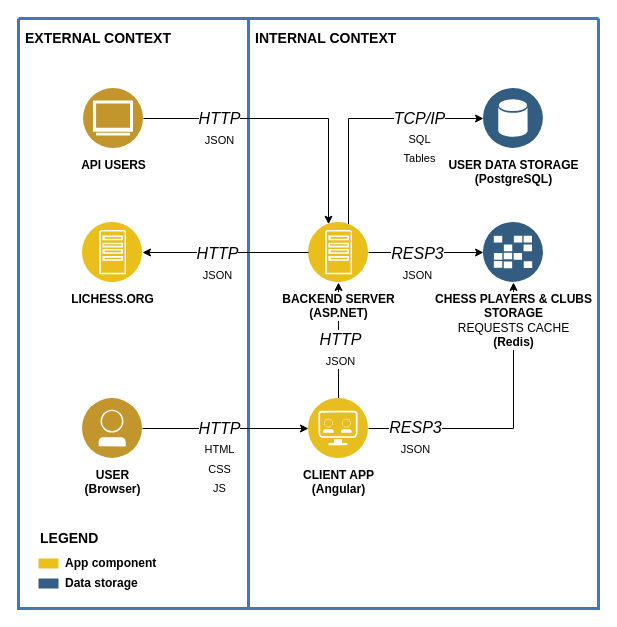
Earlier version of the draw.io diagram page "EngVer" (2 of 3) of docs/arch.drawio (AleksanderNekr/LichessAnalyzer). Source tidied: cells renumbered, new cells numbered last; positions are measured from the earlier drawing's top-left corner, leaving out a move shared by most shapes. Both pictures are drawn from the tidied source at 100%, with x=0, y=0 at pixel (18, 18).
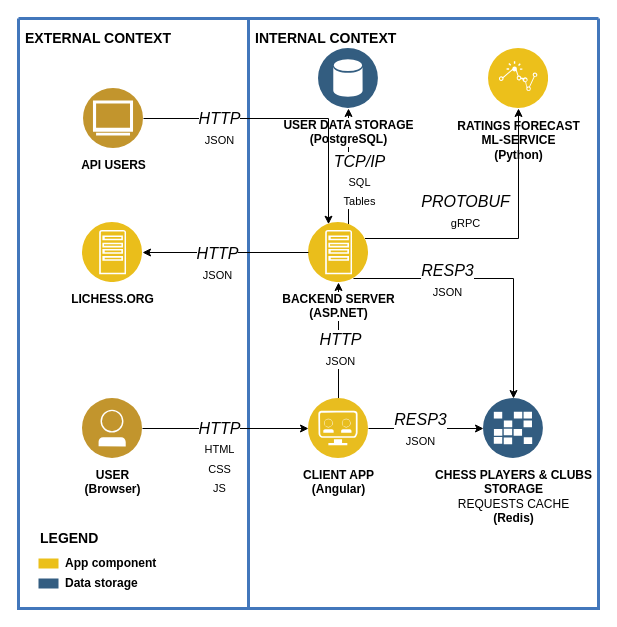
Above is the later version.

The change refers to these unchanged cells:
```xml
<mxCell id="2" style="swimlane;shadow=0;strokeColor=#4277BB;fillColor=#ffffff;fontColor=default;align=right;startSize=0;strokeWidth=3;fontStyle=1;" parent="1" vertex="1">
  <mxGeometry width="580" height="590" as="geometry" />
</mxCell>
<mxCell id="15" style="edgeStyle=orthogonalEdgeStyle;rounded=0;jettySize=auto;html=1;fontColor=default;fontStyle=1;" parent="2" edge="1" target="25">
  <mxGeometry relative="1" as="geometry">
    <mxPoint x="320" y="207" as="sourcePoint" />
    <Array as="points">
      <mxPoint x="330" y="207" />
      <mxPoint x="330" y="100" />
    </Array>
  </mxGeometry>
</mxCell>
<mxCell id="17" value="BACKEND SERVER&lt;br&gt;(ASP.NET)" style="image;perimeter=ellipsePerimeter;html=1;align=center;shadow=0;dashed=0;fontColor=default;labelBackgroundColor=default;fontSize=12;spacingTop=3;image=img/lib/ibm/applications/app_server.svg;fontStyle=1;" parent="2" vertex="1">
  <mxGeometry x="290" y="204" width="60" height="60" as="geometry" />
</mxCell>
<mxCell id="18" style="edgeStyle=orthogonalEdgeStyle;rounded=0;jettySize=auto;html=1;fontColor=default;fontStyle=1;" parent="2" edge="1" source="20" target="23">
  <mxGeometry relative="1" as="geometry" />
</mxCell>
```

The edit, as a diff of the source:
```diff
@@
     <mxCell id="16" value="TCP/IP&lt;br&gt;&lt;span style=&quot;font-style: normal;&quot;&gt;&lt;font style=&quot;font-size: 11px;&quot;&gt;SQL&lt;br&gt;Tables&lt;br&gt;&lt;/font&gt;&lt;/span&gt;" style="edgeLabel;html=1;align=center;verticalAlign=middle;fontSize=16;fontStyle=2;labelBackgroundColor=default;" parent="15" vertex="1">
       <mxGeometry x="0.33" y="-3" relative="1" as="geometry">
-        <mxPoint x="19" y="15" as="offset" />
+        <mxPoint x="7" y="28" as="offset" />
       </mxGeometry>
     </mxCell>
@@
     <mxCell id="19" value="RESP3&lt;br&gt;&lt;span style=&quot;font-style: normal;&quot;&gt;&lt;font style=&quot;font-size: 11px;&quot;&gt;JSON&lt;/font&gt;&lt;/span&gt;" style="edgeLabel;html=1;align=center;verticalAlign=middle;fontSize=16;fontStyle=2;" parent="18" vertex="1">
       <mxGeometry x="0.16" y="1" relative="1" as="geometry">
-        <mxPoint x="-98" y="32" as="offset" />
+        <mxPoint x="-16" y="1" as="offset" />
       </mxGeometry>
     </mxCell>
@@
     <mxCell id="23" value="CHESS PLAYERS &amp;amp; CLUBS&lt;br&gt;STORAGE&lt;br&gt;&lt;span style=&quot;font-weight: normal;&quot;&gt;REQUESTS CACHE&lt;/span&gt;&lt;br&gt;(Redis)" style="image;perimeter=ellipsePerimeter;html=1;align=center;shadow=0;dashed=0;fontColor=default;labelBackgroundColor=default;fontSize=12;spacingTop=3;image=img/lib/ibm/data/caches.svg;fontStyle=1;" parent="2" vertex="1">
-      <mxGeometry x="465" y="204" width="60" height="60" as="geometry" />
+      <mxGeometry x="465" y="380" width="60" height="60" as="geometry" />
     </mxCell>
     <mxCell id="24" style="rounded=0;jettySize=auto;html=1;edgeStyle=orthogonalEdgeStyle;fontColor=default;fontStyle=1;" parent="2" edge="1" source="17" target="23">
       <mxGeometry relative="1" as="geometry">
         <Array as="points">
-          <mxPoint x="400" y="234" />
-          <mxPoint x="400" y="234" />
+          <mxPoint x="495" y="260" />
         </Array>
       </mxGeometry>
     </mxCell>
     <mxCell id="25" value="USER DATA STORAGE&lt;br&gt;(PostgreSQL)" style="image;perimeter=ellipsePerimeter;html=1;align=center;shadow=0;dashed=0;fontColor=default;labelBackgroundColor=default;fontSize=12;spacingTop=3;image=img/lib/ibm/data/data_services.svg;fontStyle=1;" parent="2" vertex="1">
-      <mxGeometry x="465" y="70" width="60" height="60" as="geometry" />
+      <mxGeometry x="300" y="30" width="60" height="60" as="geometry" />
     </mxCell>
@@
     <mxCell id="28" value="RESP3&lt;br&gt;&lt;span style=&quot;font-style: normal;&quot;&gt;&lt;font style=&quot;font-size: 11px;&quot;&gt;JSON&lt;/font&gt;&lt;/span&gt;" style="edgeLabel;html=1;align=center;verticalAlign=middle;fontSize=16;fontStyle=2;" parent="2" vertex="1">
       <mxGeometry x="400" y="243" as="geometry">
-        <mxPoint x="-2" y="1" as="offset" />
+        <mxPoint x="28" y="18" as="offset" />
       </mxGeometry>
     </mxCell>
@@
+    <mxCell id="30" value="RATINGS FORECAST&lt;br&gt;ML-SERVICE&lt;br&gt;(Python)" style="image;perimeter=ellipsePerimeter;html=1;align=center;shadow=0;dashed=0;fontColor=default;labelBackgroundColor=default;fontSize=12;spacingTop=3;image=img/lib/ibm/applications/actionable_insight.svg;verticalAlign=middle;fillColor=#ffffff;strokeColor=#4277BB;fontStyle=1;startSize=0;strokeWidth=3;" parent="2" vertex="1">
+      <mxGeometry x="470" y="30" width="60" height="60" as="geometry" />
+    </mxCell>
+    <mxCell id="31" style="edgeStyle=orthogonalEdgeStyle;rounded=0;jettySize=auto;html=1;" parent="2" edge="1" source="17" target="30">
+      <mxGeometry relative="1" as="geometry">
+        <Array as="points">
+          <mxPoint x="500" y="220" />
+        </Array>
+      </mxGeometry>
+    </mxCell>
+    <mxCell id="32" value="PROTOBUF&lt;br&gt;&lt;span style=&quot;font-style: normal;&quot;&gt;&lt;font style=&quot;font-size: 11px;&quot;&gt;gRPC&lt;br&gt;&lt;/font&gt;&lt;/span&gt;" style="edgeLabel;html=1;align=center;verticalAlign=middle;fontSize=16;fontStyle=2;labelBackgroundColor=default;" parent="1" vertex="1">
+      <mxGeometry x="465" y="210" as="geometry">
+        <mxPoint x="-19" y="-18" as="offset" />
+      </mxGeometry>
+    </mxCell>
```
